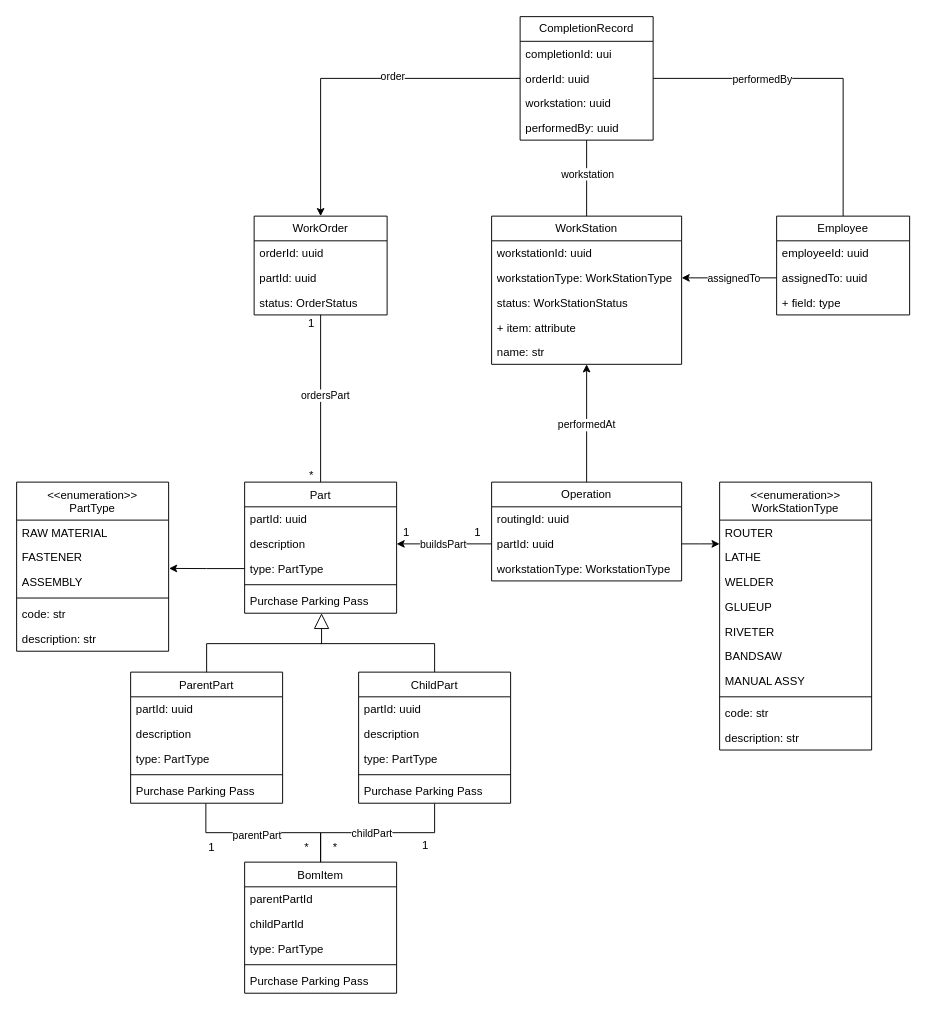
household-four/mini-mes keeps this draw.io diagram as class-diagram.drawio. Above is the earlier version. Source tidied: cells renumbered, new cells numbered last; positions are measured from the earlier drawing's top-left corner, leaving out a move shared by most shapes. Both pictures are drawn from the tidied source at 95%, with x=0, y=0 at pixel (16, 16).
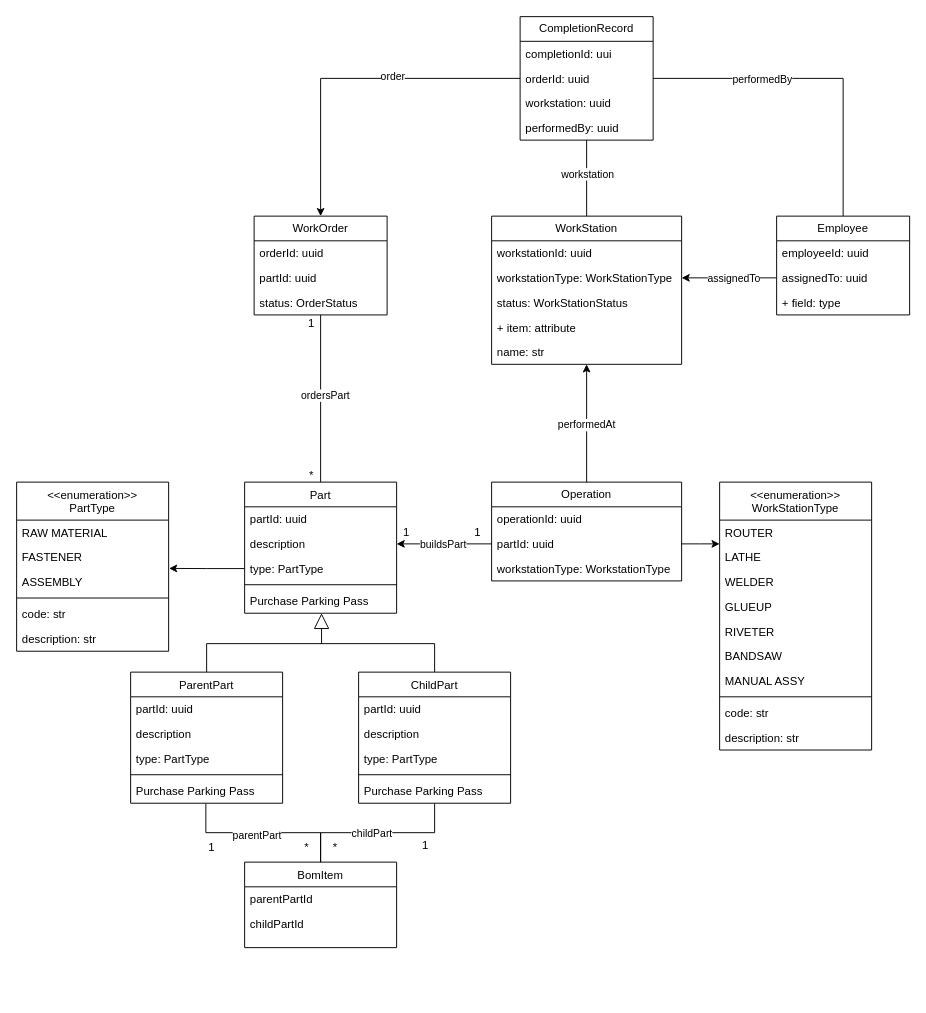
The same diagram, later.

Unchanged cells that the change refers to:
```xml
<mxCell id="38" value="Operation" style="swimlane;fontStyle=0;horizontal=1;startSize=26;fillColor=none;whiteSpace=wrap;html=1;" parent="1" vertex="1">
  <mxGeometry x="500" y="490" width="200" height="104" as="geometry" />
</mxCell>
```

Diff of the diagram source:
```diff
@@
     <mxCell id="8" value="BomItem" style="swimlane;fontStyle=0;align=center;verticalAlign=top;horizontal=1;startSize=26;rounded=0;shadow=0;strokeWidth=1;" parent="1" vertex="1">
-      <mxGeometry x="240" y="890" width="160" height="138" as="geometry" />
+      <mxGeometry x="240" y="890" width="160" height="90" as="geometry" />
     </mxCell>
@@
-    <mxCell id="11" value="type: PartType" style="text;align=left;verticalAlign=top;spacingLeft=4;spacingRight=4;overflow=hidden;rounded=0;shadow=0;html=0;" parent="8" vertex="1">
-      <mxGeometry y="78" width="160" height="26" as="geometry" />
-    </mxCell>
-    <mxCell id="12" style="line;html=1;strokeWidth=1;align=left;verticalAlign=middle;spacingTop=-1;spacingLeft=3;spacingRight=3;labelPosition=right;" parent="8" vertex="1">
-      <mxGeometry y="104" width="160" height="8" as="geometry" />
-    </mxCell>
-    <mxCell id="13" value="Purchase Parking Pass" style="text;align=left;verticalAlign=top;spacingLeft=4;spacingRight=4;overflow=hidden;" parent="8" vertex="1">
-      <mxGeometry y="112" width="160" height="26" as="geometry" />
-    </mxCell>
@@
-    <mxCell id="39" value="routingId: uuid" style="text;strokeColor=none;fillColor=none;align=left;verticalAlign=top;spacingLeft=4;spacingRight=4;overflow=hidden;whiteSpace=wrap;html=1;" parent="38" vertex="1">
+    <mxCell id="39" value="operationId: uuid" style="text;strokeColor=none;fillColor=none;align=left;verticalAlign=top;spacingLeft=4;spacingRight=4;overflow=hidden;whiteSpace=wrap;html=1;" parent="38" vertex="1">
       <mxGeometry y="26" width="200" height="26" as="geometry" />
     </mxCell>
```
